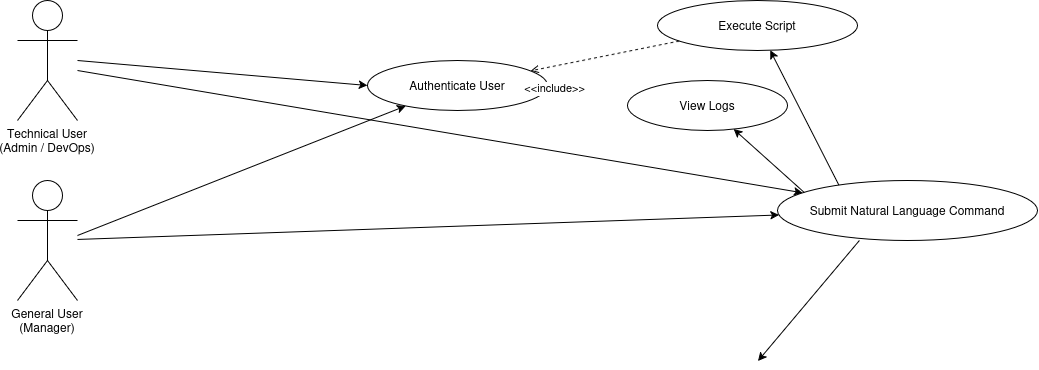
This is 2_UML/uml_diagram.png from iampruh887/CS331, a draw.io export, as it was before one commit. Source tidied: cells renumbered, new cells last; positions are measured from the earlier drawing's top-left corner, leaving out a move shared by most shapes.
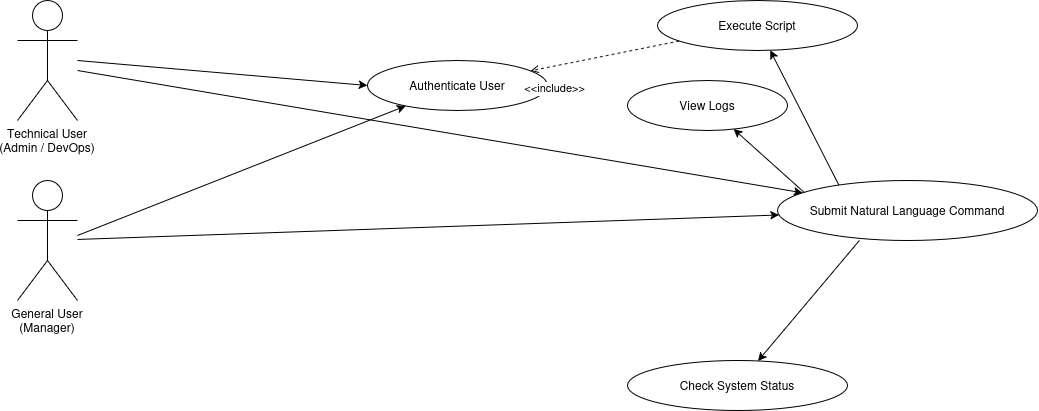
The same diagram one commit later.

Diff of the diagram source:
```diff
@@ -32,10 +32,8 @@
     <mxCell id="9" style="exitX=0.296;exitY=0.95;exitDx=0;exitDy=0;exitPerimeter=0;" parent="1" edge="1" source="12" target="14">
       <mxGeometry relative="1" as="geometry" />
     </mxCell>
-    <mxCell id="10" style="exitX=0.315;exitY=1;exitDx=0;exitDy=0;exitPerimeter=0;" parent="1" edge="1" source="12">
-      <mxGeometry relative="1" as="geometry">
-        <mxPoint x="740.5" y="360.4" as="targetPoint" />
-      </mxGeometry>
+    <mxCell id="10" style="exitX=0.315;exitY=1;exitDx=0;exitDy=0;exitPerimeter=0;" parent="1" edge="1" source="12" target="16">
+      <mxGeometry relative="1" as="geometry" />
     </mxCell>
     <mxCell id="11" value="Authenticate User" style="ellipse;whiteSpace=wrap;html=1;" parent="1" vertex="1">
       <mxGeometry x="350" y="60" width="180" height="50" as="geometry" />
@@ -49,6 +47,9 @@
     <mxCell id="14" value="View Logs" style="ellipse;whiteSpace=wrap;html=1;" parent="1" vertex="1">
       <mxGeometry x="610" y="80" width="160" height="50" as="geometry" />
     </mxCell>
+    <mxCell id="16" value="Check System Status" style="ellipse;whiteSpace=wrap;html=1;" parent="1" vertex="1">
+      <mxGeometry x="610" y="360" width="220" height="50" as="geometry" />
+    </mxCell>
     <mxCell id="15" value="&lt;&lt;include&gt;&gt;" style="dashed=1;endArrow=open;" parent="1" edge="1" source="13" target="11">
       <mxGeometry x="0.71" y="22" relative="1" as="geometry">
         <mxPoint x="-1" as="offset" />
```
